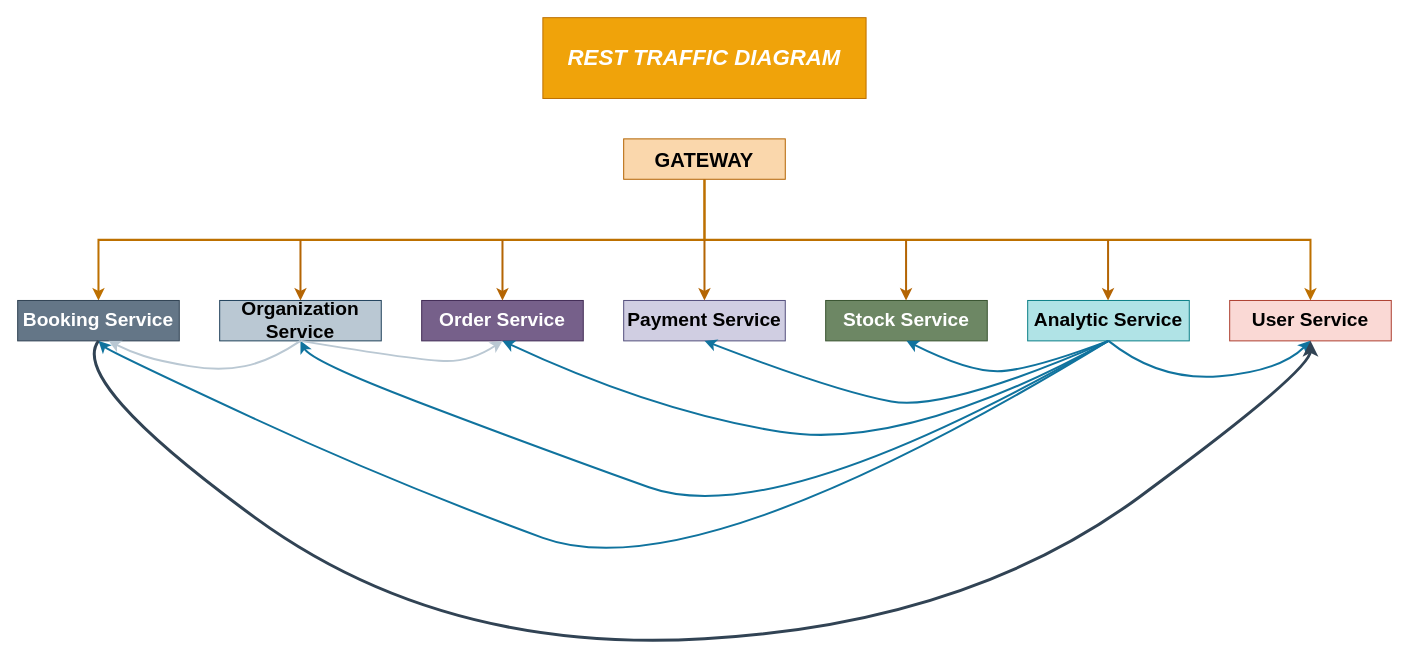
Above: diagrams/drawio/restTrafficDiagram-draw.io.drawio in phyex0/CloudBased-OnlineRestaurantBookingApp-Backend (draw.io), before the change. Source tidied: cells renumbered, new cells numbered last; positions are measured from the earlier drawing's top-left corner, leaving out a move shared by most shapes. Both pictures are drawn from the tidied source at 101%, with x=0, y=0 at pixel (17, 17).
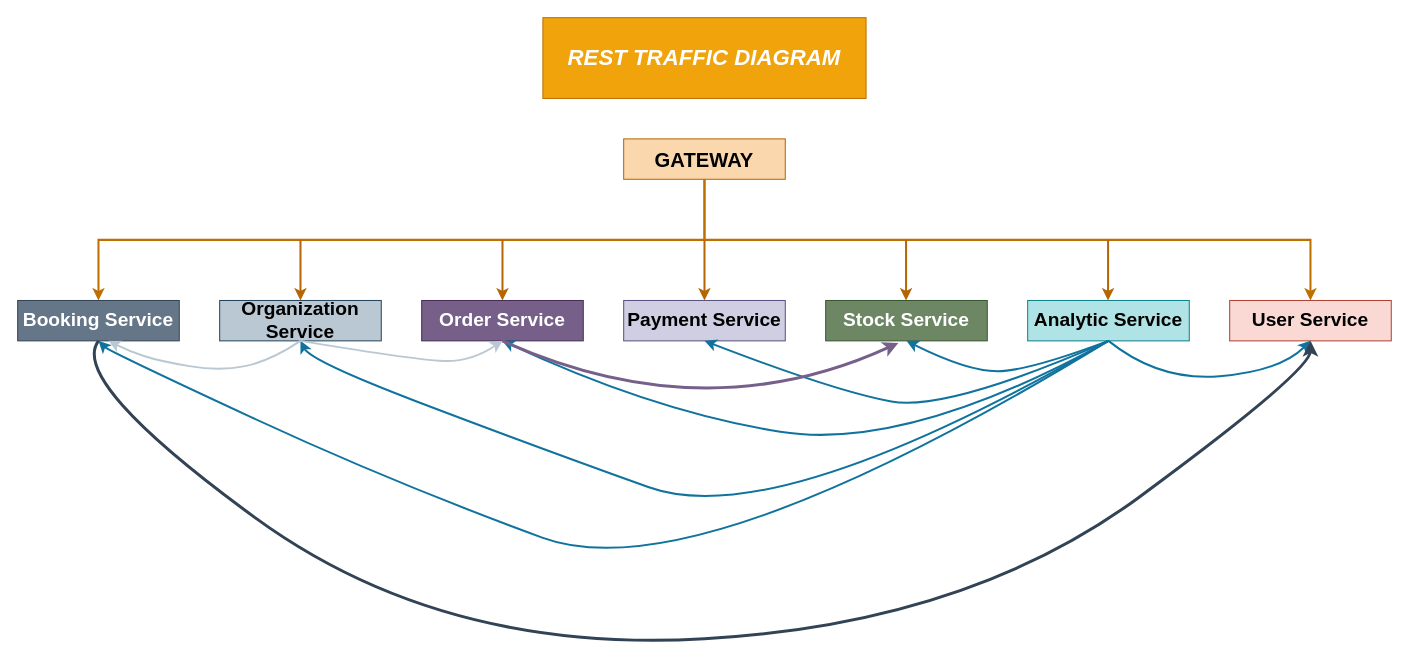
Above is the later version.

Commit message (it also covers changes not shown here):
rest traffic diagram is updated

Unchanged cells that the change refers to:
```xml
<mxCell id="6" value="Order Service" style="rounded=0;whiteSpace=wrap;html=1;fontSize=19;fillColor=#76608a;fontColor=#ffffff;strokeColor=#432D57;fontStyle=1;" parent="1" vertex="1">
  <mxGeometry x="400" y="280" width="160" height="40" as="geometry" />
</mxCell>
<mxCell id="8" value="Stock Service" style="rounded=0;whiteSpace=wrap;html=1;fontSize=19;fillColor=#6d8764;strokeColor=#3A5431;fontColor=#ffffff;fontStyle=1;" parent="1" vertex="1">
  <mxGeometry x="800" y="280" width="160" height="40" as="geometry" />
</mxCell>
```

What changed in the source:
```diff
@@
+    <mxCell id="27" style="curved=1;endArrow=classic;html=1;rounded=0;exitX=0.5;exitY=1;exitDx=0;exitDy=0;entryX=0.45;entryY=1.05;entryDx=0;entryDy=0;entryPerimeter=0;strokeColor=#76608A;strokeWidth=3;" parent="1" edge="1" source="6" target="8">
+      <mxGeometry relative="1" as="geometry">
+        <Array as="points">
+          <mxPoint x="680" y="410" />
+        </Array>
+      </mxGeometry>
+    </mxCell>
```
